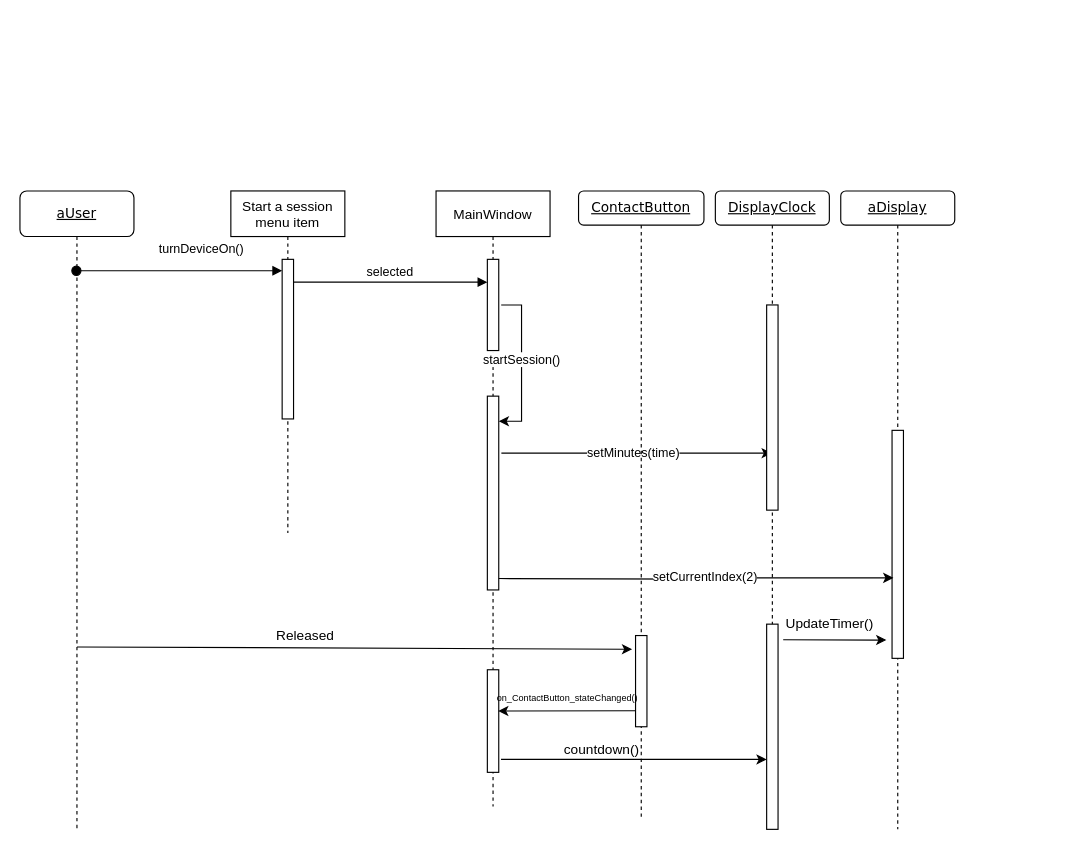
This is Documentation/StartSession.drawio from Hall-Andrew/CESDEVICE-3004FinalProject, a draw.io file, before an edit. Source tidied: cells renumbered, new cells numbered last; positions are measured from the earlier drawing's top-left corner, leaving out a move shared by most shapes. Both pictures are drawn from the tidied source at 114%, with x=0, y=0 at pixel (19, 190).
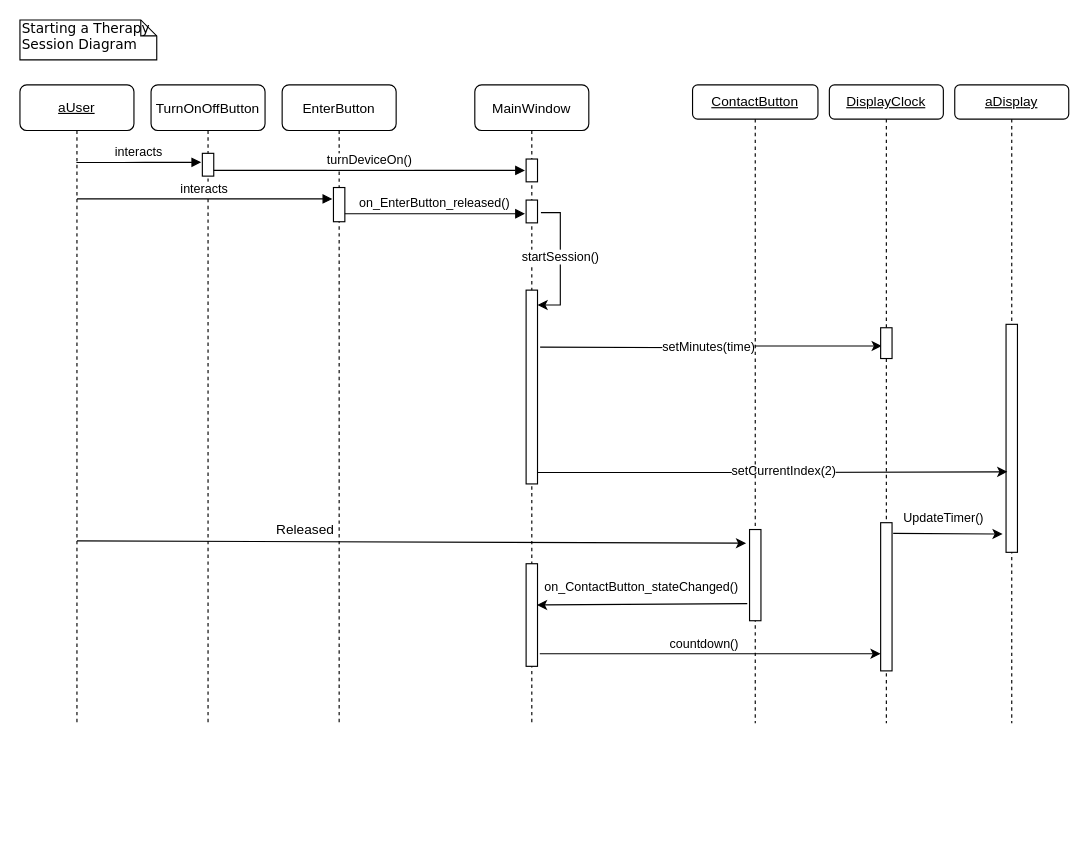
After the change.

Commit message:
edited startSession diagram

Change to the diagram source:
```diff
@@
+    <mxCell id="29" value="EnterButton" style="shape=umlLifeline;perimeter=lifelinePerimeter;rounded=1;shadow=0;strokeWidth=1;fontFamily=Helvetica;" parent="1" vertex="1">
+      <mxGeometry x="230" y="-93" width="100" height="560" as="geometry" />
+    </mxCell>
+    <mxCell id="30" style="perimeter=orthogonalPerimeter;rounded=0;shadow=0;strokeWidth=1;fontFamily=Helvetica;" parent="29" vertex="1">
+      <mxGeometry x="45" y="90" width="10" height="30" as="geometry" />
+    </mxCell>
-    <mxCell id="2" value="Start a session&#10;menu item" style="shape=umlLifeline;perimeter=lifelinePerimeter;rounded=0;shadow=0;strokeWidth=1;" parent="1" vertex="1">
-      <mxGeometry x="185" width="100" height="300" as="geometry" />
+    <mxCell id="2" value="TurnOnOffButton" style="shape=umlLifeline;perimeter=lifelinePerimeter;rounded=1;shadow=0;strokeWidth=1;fontFamily=Helvetica;" parent="1" vertex="1">
+      <mxGeometry x="115" y="-93" width="100" height="560" as="geometry" />
     </mxCell>
-    <mxCell id="3" style="points=[];perimeter=orthogonalPerimeter;rounded=0;shadow=0;strokeWidth=1;" parent="2" vertex="1">
-      <mxGeometry x="45" y="60" width="10" height="140" as="geometry" />
+    <mxCell id="3" style="points=[];perimeter=orthogonalPerimeter;rounded=0;shadow=0;strokeWidth=1;fontFamily=Helvetica;" parent="2" vertex="1">
+      <mxGeometry x="45" y="60" width="10" height="20" as="geometry" />
     </mxCell>
+    <mxCell id="31" value="interacts" style="verticalAlign=bottom;endArrow=block;shadow=0;strokeWidth=1;fontFamily=Helvetica;entryX=-0.1;entryY=0.433;entryDx=0;entryDy=0;entryPerimeter=0;" parent="2" edge="1">
+      <mxGeometry relative="1" as="geometry">
+        <mxPoint x="-65" y="100" as="sourcePoint" />
+        <mxPoint x="159" y="100" as="targetPoint" />
+      </mxGeometry>
+    </mxCell>
-    <mxCell id="4" value="MainWindow" style="shape=umlLifeline;perimeter=lifelinePerimeter;rounded=0;shadow=0;strokeWidth=1;" parent="1" vertex="1">
-      <mxGeometry x="365" width="100" height="540" as="geometry" />
+    <mxCell id="4" value="MainWindow" style="shape=umlLifeline;perimeter=lifelinePerimeter;rounded=1;shadow=0;strokeWidth=1;fontFamily=Helvetica;" parent="1" vertex="1">
+      <mxGeometry x="399" y="-93" width="100" height="560" as="geometry" />
     </mxCell>
-    <mxCell id="5" style="points=[];perimeter=orthogonalPerimeter;rounded=0;shadow=0;strokeWidth=1;" parent="4" vertex="1">
-      <mxGeometry x="45" y="60" width="10" height="80" as="geometry" />
+    <mxCell id="5" style="points=[];perimeter=orthogonalPerimeter;rounded=0;shadow=0;strokeWidth=1;fontFamily=Helvetica;" parent="4" vertex="1">
+      <mxGeometry x="45" y="65" width="10" height="20" as="geometry" />
     </mxCell>
-    <mxCell id="6" style="points=[];perimeter=orthogonalPerimeter;rounded=0;shadow=0;strokeWidth=1;" parent="4" vertex="1">
+    <mxCell id="6" style="points=[];perimeter=orthogonalPerimeter;rounded=0;shadow=0;strokeWidth=1;fontFamily=Helvetica;" parent="4" vertex="1">
       <mxGeometry x="45" y="180" width="10" height="170" as="geometry" />
     </mxCell>
-    <mxCell id="7" value="startSession()" style="edgeStyle=orthogonalEdgeStyle;rounded=0;jettySize=auto;html=1;exitX=1.214;exitY=0.5;exitDx=0;exitDy=0;exitPerimeter=0;" parent="4" edge="1" source="5" target="6">
+    <mxCell id="7" value="startSession()" style="edgeStyle=orthogonalEdgeStyle;rounded=0;jettySize=auto;html=1;fontFamily=Helvetica;exitX=1.3;exitY=0.55;exitDx=0;exitDy=0;exitPerimeter=0;" parent="4" edge="1" source="32" target="6">
       <mxGeometry x="-0.05" relative="1" as="geometry">
         <Array as="points">
-          <mxPoint x="75" y="100" />
-          <mxPoint x="75" y="202" />
+          <mxPoint x="75" y="112" />
+          <mxPoint x="75" y="193" />
         </Array>
       </mxGeometry>
     </mxCell>
-    <mxCell id="8" value="setMinutes(time)" style="edgeStyle=orthogonalEdgeStyle;rounded=0;jettySize=auto;html=1;exitX=1.214;exitY=0.5;exitDx=0;exitDy=0;exitPerimeter=0;" parent="4" edge="1" target="17">
+    <mxCell id="8" value="setMinutes(time)" style="edgeStyle=orthogonalEdgeStyle;rounded=0;jettySize=auto;html=1;exitX=1.214;exitY=0.5;exitDx=0;exitDy=0;exitPerimeter=0;fontFamily=Helvetica;entryX=0.1;entryY=0.593;entryDx=0;entryDy=0;entryPerimeter=0;" parent="4" edge="1" target="18">
       <mxGeometry x="-0.02" relative="1" as="geometry">
         <mxPoint x="57.3" y="230" as="sourcePoint" />
-        <Array as="points">
-          <mxPoint x="135" y="230" />
-          <mxPoint x="135" y="230" />
-        </Array>
       </mxGeometry>
     </mxCell>
-    <mxCell id="9" style="points=[];perimeter=orthogonalPerimeter;rounded=0;shadow=0;strokeWidth=1;" parent="4" vertex="1">
+    <mxCell id="9" style="points=[];perimeter=orthogonalPerimeter;rounded=0;shadow=0;strokeWidth=1;fontFamily=Helvetica;" parent="4" vertex="1">
       <mxGeometry x="45" y="420" width="10" height="90" as="geometry" />
     </mxCell>
+    <mxCell id="32" style="points=[];perimeter=orthogonalPerimeter;rounded=0;shadow=0;strokeWidth=1;fontFamily=Helvetica;" parent="4" vertex="1">
+      <mxGeometry x="45" y="101" width="10" height="20" as="geometry" />
+    </mxCell>
-    <mxCell id="10" value="selected" style="verticalAlign=bottom;endArrow=block;entryX=0;entryY=0;shadow=0;strokeWidth=1;" parent="1" edge="1" source="3">
+    <mxCell id="10" value="turnDeviceOn()" style="verticalAlign=bottom;endArrow=block;shadow=0;strokeWidth=1;fontFamily=Helvetica;entryX=-0.1;entryY=0.5;entryDx=0;entryDy=0;entryPerimeter=0;" parent="1" edge="1">
       <mxGeometry relative="1" as="geometry">
-        <mxPoint x="410" y="80" as="targetPoint" />
+        <mxPoint x="170" y="-18" as="sourcePoint" />
+        <mxPoint x="443" y="-18" as="targetPoint" />
+        <Array as="points">
+          <mxPoint x="250" y="-18" />
+        </Array>
       </mxGeometry>
     </mxCell>
-    <mxCell id="11" value="&lt;u&gt;aUser&lt;/u&gt;" style="shape=umlLifeline;perimeter=lifelinePerimeter;whiteSpace=wrap;html=1;outlineConnect=0;rounded=1;shadow=0;comic=0;labelBackgroundColor=none;strokeWidth=1;fontFamily=Verdana;fontSize=12;align=center;" parent="1" vertex="1">
-      <mxGeometry width="100" height="560" as="geometry" />
+    <mxCell id="11" value="&lt;u&gt;aUser&lt;/u&gt;" style="shape=umlLifeline;perimeter=lifelinePerimeter;whiteSpace=wrap;html=1;outlineConnect=0;rounded=1;shadow=0;comic=0;labelBackgroundColor=none;strokeWidth=1;fontFamily=Helvetica;fontSize=12;align=center;" parent="1" vertex="1">
+      <mxGeometry y="-93" width="100" height="560" as="geometry" />
     </mxCell>
-    <mxCell id="12" style="endArrow=classic;html=1;rounded=0;entryX=-0.3;entryY=0.15;entryDx=0;entryDy=0;entryPerimeter=0;" parent="11" edge="1" target="21">
+    <mxCell id="12" style="endArrow=classic;html=1;rounded=0;entryX=-0.3;entryY=0.15;entryDx=0;entryDy=0;entryPerimeter=0;fontFamily=Helvetica;" parent="11" edge="1" target="21">
       <mxGeometry relative="1" as="geometry">
         <mxPoint x="50" y="400" as="sourcePoint" />
       </mxGeometry>
     </mxCell>
-    <mxCell id="13" value="turnDeviceOn()" style="verticalAlign=bottom;startArrow=oval;endArrow=block;startSize=8;shadow=0;strokeWidth=1;" parent="1" edge="1" source="11" target="3">
-      <mxGeometry x="0.22" y="10" relative="1" as="geometry">
-        <Array as="points">
-          <mxPoint x="200" y="70" />
-        </Array>
-      </mxGeometry>
-    </mxCell>
-    <mxCell id="14" value="&lt;u&gt;aDisplay&lt;/u&gt;" style="shape=umlLifeline;perimeter=lifelinePerimeter;whiteSpace=wrap;html=1;rounded=1;shadow=0;comic=0;labelBackgroundColor=none;strokeWidth=1;fontFamily=Verdana;fontSize=12;align=center;size=30;" parent="1" vertex="1">
-      <mxGeometry x="720" width="100" height="560" as="geometry" />
+    <mxCell id="14" value="&lt;u&gt;aDisplay&lt;/u&gt;" style="shape=umlLifeline;perimeter=lifelinePerimeter;whiteSpace=wrap;html=1;rounded=1;shadow=0;comic=0;labelBackgroundColor=none;strokeWidth=1;fontFamily=Helvetica;fontSize=12;align=center;size=30;" parent="1" vertex="1">
+      <mxGeometry x="820" y="-93" width="100" height="560" as="geometry" />
     </mxCell>
-    <mxCell id="15" style="points=[];perimeter=orthogonalPerimeter;rounded=0;shadow=0;strokeWidth=1;" parent="14" vertex="1">
+    <mxCell id="15" style="points=[];perimeter=orthogonalPerimeter;rounded=0;shadow=0;strokeWidth=1;fontFamily=Helvetica;" parent="14" vertex="1">
       <mxGeometry x="45" y="210" width="10" height="200" as="geometry" />
     </mxCell>
-    <mxCell id="16" value="setCurrentIndex(2)" style="edgeStyle=orthogonalEdgeStyle;rounded=0;jettySize=auto;html=1;entryX=0.114;entryY=0.647;entryDx=0;entryDy=0;entryPerimeter=0;" parent="1" edge="1" target="15">
-      <mxGeometry x="0.05" relative="1" as="geometry">
-        <mxPoint x="420" y="340" as="sourcePoint" />
-      </mxGeometry>
+    <mxCell id="16" value="setCurrentIndex(2)" style="edgeStyle=orthogonalEdgeStyle;rounded=0;jettySize=auto;html=1;entryX=0.114;entryY=0.647;entryDx=0;entryDy=0;entryPerimeter=0;fontFamily=Helvetica;exitX=1;exitY=0.941;exitDx=0;exitDy=0;exitPerimeter=0;" parent="1" edge="1" source="6" target="15">
+      <mxGeometry x="0.05" relative="1" as="geometry" />
     </mxCell>
-    <mxCell id="17" value="&lt;u&gt;DisplayClock&lt;/u&gt;" style="shape=umlLifeline;perimeter=lifelinePerimeter;whiteSpace=wrap;html=1;outlineConnect=0;rounded=1;shadow=0;comic=0;labelBackgroundColor=none;strokeWidth=1;fontFamily=Verdana;fontSize=12;align=center;size=30;" parent="1" vertex="1">
-      <mxGeometry x="610" width="100" height="560" as="geometry" />
+    <mxCell id="17" value="&lt;u&gt;DisplayClock&lt;/u&gt;" style="shape=umlLifeline;perimeter=lifelinePerimeter;whiteSpace=wrap;html=1;outlineConnect=0;rounded=1;shadow=0;comic=0;labelBackgroundColor=none;strokeWidth=1;fontFamily=Helvetica;fontSize=12;align=center;size=30;" parent="1" vertex="1">
+      <mxGeometry x="710" y="-93" width="100" height="560" as="geometry" />
     </mxCell>
-    <mxCell id="18" style="points=[];perimeter=orthogonalPerimeter;rounded=0;shadow=0;strokeWidth=1;" parent="17" vertex="1">
-      <mxGeometry x="45" y="100" width="10" height="180" as="geometry" />
+    <mxCell id="18" style="points=[];perimeter=orthogonalPerimeter;rounded=0;shadow=0;strokeWidth=1;fontFamily=Helvetica;" parent="17" vertex="1">
+      <mxGeometry x="45" y="213" width="10" height="27" as="geometry" />
     </mxCell>
-    <mxCell id="19" style="points=[];perimeter=orthogonalPerimeter;rounded=0;shadow=0;strokeWidth=1;" parent="17" vertex="1">
-      <mxGeometry x="45" y="380" width="10" height="180" as="geometry" />
+    <mxCell id="19" style="points=[];perimeter=orthogonalPerimeter;rounded=0;shadow=0;strokeWidth=1;fontFamily=Helvetica;" parent="17" vertex="1">
+      <mxGeometry x="45" y="384" width="10" height="130" as="geometry" />
     </mxCell>
-    <mxCell id="20" value="&lt;u&gt;ContactButton&lt;/u&gt;" style="shape=umlLifeline;perimeter=lifelinePerimeter;whiteSpace=wrap;html=1;rounded=1;shadow=0;comic=0;labelBackgroundColor=none;strokeWidth=1;fontFamily=Verdana;fontSize=12;align=center;size=30;" parent="1" vertex="1">
-      <mxGeometry x="490" width="110" height="550" as="geometry" />
+    <mxCell id="20" value="&lt;u&gt;ContactButton&lt;/u&gt;" style="shape=umlLifeline;perimeter=lifelinePerimeter;whiteSpace=wrap;html=1;rounded=1;shadow=0;comic=0;labelBackgroundColor=none;strokeWidth=1;fontFamily=Helvetica;fontSize=12;align=center;size=30;" parent="1" vertex="1">
+      <mxGeometry x="590" y="-93" width="110" height="560" as="geometry" />
     </mxCell>
-    <mxCell id="21" style="points=[];perimeter=orthogonalPerimeter;rounded=0;shadow=0;strokeWidth=1;" parent="20" vertex="1">
+    <mxCell id="21" style="points=[];perimeter=orthogonalPerimeter;rounded=0;shadow=0;strokeWidth=1;fontFamily=Helvetica;" parent="20" vertex="1">
       <mxGeometry x="50" y="390" width="10" height="80" as="geometry" />
     </mxCell>
-    <mxCell id="22" value="on_ContactButton_stateChanged()" style="text;html=1;align=center;verticalAlign=middle;strokeColor=none;fillColor=none;fontSize=8;" parent="20" vertex="1">
-      <mxGeometry x="-80" y="440" width="140" height="10" as="geometry" />
-    </mxCell>
+    <mxCell id="26" value="countdown()" style="text;html=1;align=center;verticalAlign=middle;strokeColor=none;fillColor=none;fontSize=11;fontFamily=Helvetica;" parent="20" vertex="1">
+      <mxGeometry x="-30" y="480" width="80" height="20" as="geometry" />
+    </mxCell>
-    <mxCell id="23" style="endArrow=classic;html=1;rounded=0;entryX=0.95;entryY=0.402;entryDx=0;entryDy=0;entryPerimeter=0;" parent="1" edge="1" target="9">
-      <mxGeometry relative="1" as="geometry">
-        <mxPoint x="540" y="456" as="sourcePoint" />
-      </mxGeometry>
+    <mxCell id="23" style="endArrow=classic;html=1;rounded=0;entryX=0.95;entryY=0.402;entryDx=0;entryDy=0;entryPerimeter=0;fontFamily=Helvetica;exitX=-0.2;exitY=0.813;exitDx=0;exitDy=0;exitPerimeter=0;" parent="1" edge="1" source="21" target="9">
+      <mxGeometry relative="1" as="geometry" />
     </mxCell>
-    <mxCell id="24" value="&lt;span style=&quot;font-size: 12.000000953674316px&quot;&gt;Released&lt;/span&gt;" style="text;html=1;align=center;verticalAlign=middle;strokeColor=none;fillColor=none;fontSize=8;" parent="1" vertex="1">
-      <mxGeometry x="220" y="380" width="60" height="20" as="geometry" />
+    <mxCell id="24" value="&lt;span style=&quot;font-size: 12.000000953674316px&quot;&gt;Released&lt;/span&gt;" style="text;html=1;align=center;verticalAlign=middle;strokeColor=none;fillColor=none;fontSize=8;fontFamily=Helvetica;" parent="1" vertex="1">
+      <mxGeometry x="215" y="287" width="70" height="20" as="geometry" />
     </mxCell>
-    <mxCell id="25" style="endArrow=classic;html=1;rounded=0;fontSize=12;exitX=1.2;exitY=0.874;exitDx=0;exitDy=0;exitPerimeter=0;" parent="1" edge="1" source="9" target="19">
-      <mxGeometry relative="1" as="geometry" />
+    <mxCell id="25" style="endArrow=classic;html=1;rounded=0;fontSize=12;fontFamily=Helvetica;" parent="1" edge="1" target="19">
+      <mxGeometry relative="1" as="geometry">
+        <mxPoint x="456" y="406" as="sourcePoint" />
+      </mxGeometry>
     </mxCell>
-    <mxCell id="26" value="countdown()" style="text;html=1;align=center;verticalAlign=middle;strokeColor=none;fillColor=none;fontSize=12;" parent="1" vertex="1">
-      <mxGeometry x="470" y="480" width="80" height="20" as="geometry" />
-    </mxCell>
-    <mxCell id="27" style="endArrow=classic;html=1;rounded=0;fontSize=12;exitX=1.45;exitY=0.076;exitDx=0;exitDy=0;exitPerimeter=0;" parent="1" edge="1" source="19">
-      <mxGeometry relative="1" as="geometry">
-        <mxPoint x="760" y="394" as="targetPoint" />
-      </mxGeometry>
+    <mxCell id="27" style="endArrow=classic;html=1;rounded=0;fontSize=12;exitX=1.1;exitY=0.072;exitDx=0;exitDy=0;exitPerimeter=0;entryX=-0.3;entryY=0.92;entryDx=0;entryDy=0;entryPerimeter=0;fontFamily=Helvetica;" parent="1" edge="1" source="19" target="15">
+      <mxGeometry relative="1" as="geometry" />
     </mxCell>
-    <mxCell id="28" value="UpdateTimer()" style="text;html=1;align=center;verticalAlign=middle;strokeColor=none;fillColor=none;fontSize=12;" parent="1" vertex="1">
-      <mxGeometry x="665" y="370" width="90" height="20" as="geometry" />
+    <mxCell id="28" value="UpdateTimer()" style="text;html=1;align=center;verticalAlign=middle;strokeColor=none;fillColor=none;fontSize=11;fontFamily=Helvetica;" parent="1" vertex="1">
+      <mxGeometry x="765" y="277" width="90" height="20" as="geometry" />
     </mxCell>
+    <mxCell id="22" value="on_ContactButton_stateChanged()" style="text;html=1;align=center;verticalAlign=middle;strokeColor=none;fillColor=none;fontSize=11;fontFamily=Helvetica;" parent="1" vertex="1">
+      <mxGeometry x="450" y="337" width="190" height="20" as="geometry" />
+    </mxCell>
+    <mxCell id="33" value="interacts" style="verticalAlign=bottom;endArrow=block;shadow=0;strokeWidth=1;fontFamily=Helvetica;entryX=-0.1;entryY=0.093;entryDx=0;entryDy=0;entryPerimeter=0;" parent="1" edge="1">
+      <mxGeometry relative="1" as="geometry">
+        <mxPoint x="49.5" y="-25" as="sourcePoint" />
+        <mxPoint x="159" y="-25.1" as="targetPoint" />
+        <Array as="points">
+          <mxPoint x="100" y="-25" />
+        </Array>
+      </mxGeometry>
+    </mxCell>
+    <mxCell id="34" value="on_EnterButton_released()" style="verticalAlign=bottom;endArrow=block;shadow=0;strokeWidth=1;fontFamily=Helvetica;entryX=-0.1;entryY=0.15;entryDx=0;entryDy=0;entryPerimeter=0;exitX=1;exitY=0.467;exitDx=0;exitDy=0;exitPerimeter=0;" parent="1" edge="1">
+      <mxGeometry relative="1" as="geometry">
+        <mxPoint x="285" y="20" as="sourcePoint" />
+        <mxPoint x="443" y="20" as="targetPoint" />
+      </mxGeometry>
+    </mxCell>
+    <mxCell id="35" value="Starting a Therapy Session Diagram" style="shape=note;whiteSpace=wrap;html=1;size=14;verticalAlign=top;align=left;spacingTop=-6;rounded=0;shadow=0;comic=0;labelBackgroundColor=none;strokeWidth=1;fontFamily=Verdana;fontSize=12;fillColor=default;strokeColor=default;fontColor=default;" parent="1" vertex="1">
+      <mxGeometry y="-150" width="120" height="35" as="geometry" />
+    </mxCell>
```
